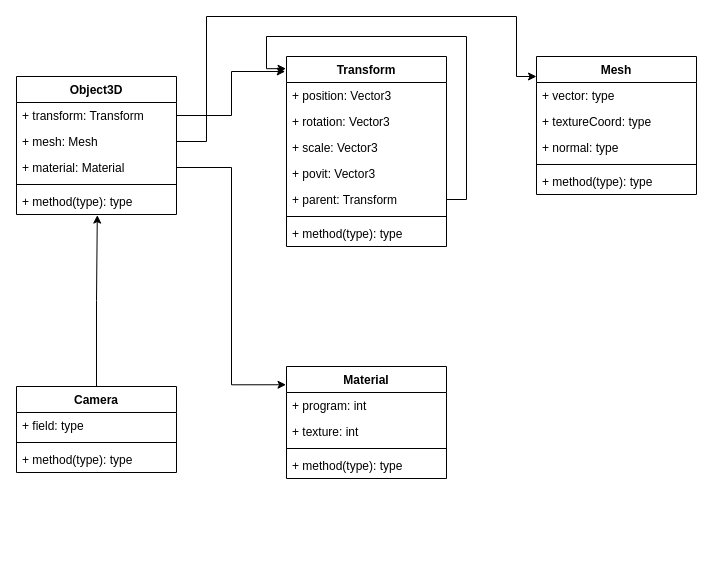
The draw.io diagram Untitled Diagram.drawio in zoozooll/MyExercise, before the edit. Source tidied: cells renumbered, new cells numbered last; positions are measured from the earlier drawing's top-left corner, leaving out a move shared by most shapes. Both pictures are drawn from the tidied source at 100%, with x=0, y=0 at pixel (16, 16).
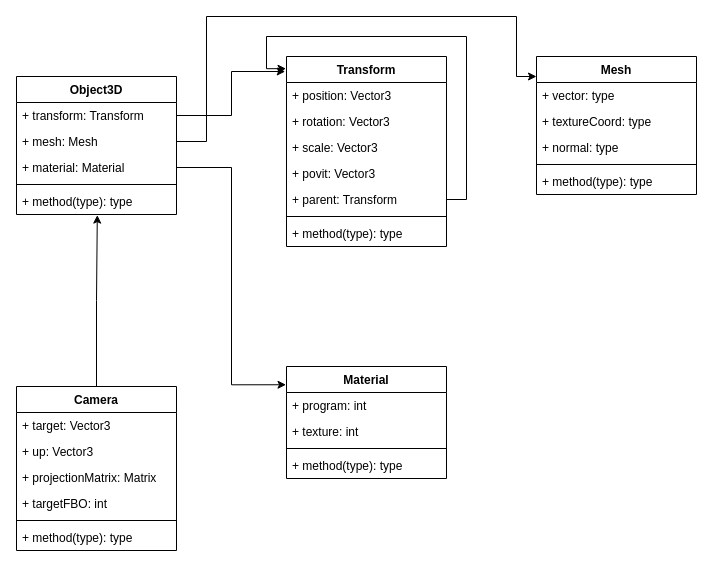
Above is the later version.

Commit message:
Add Camera Class to Diagram.drawio

What changed in the source:
```diff
@@
     <mxCell id="32" value="Camera" style="swimlane;fontStyle=1;align=center;verticalAlign=top;horizontal=1;startSize=26;" parent="1" vertex="1">
-      <mxGeometry y="370" width="160" height="86" as="geometry" />
+      <mxGeometry y="370" width="160" height="164" as="geometry" />
     </mxCell>
-    <mxCell id="33" value="+ field: type" style="text;strokeColor=none;fillColor=none;align=left;verticalAlign=top;spacingLeft=4;spacingRight=4;overflow=hidden;" parent="32" vertex="1">
+    <mxCell id="33" value="+ target: Vector3" style="text;strokeColor=none;fillColor=none;align=left;verticalAlign=top;spacingLeft=4;spacingRight=4;overflow=hidden;" parent="32" vertex="1">
       <mxGeometry y="26" width="160" height="26" as="geometry" />
     </mxCell>
+    <mxCell id="36" value="+ up: Vector3" style="text;strokeColor=none;fillColor=none;align=left;verticalAlign=top;spacingLeft=4;spacingRight=4;overflow=hidden;" parent="32" vertex="1">
+      <mxGeometry y="52" width="160" height="26" as="geometry" />
+    </mxCell>
+    <mxCell id="37" value="+ projectionMatrix: Matrix" style="text;strokeColor=none;fillColor=none;align=left;verticalAlign=top;spacingLeft=4;spacingRight=4;overflow=hidden;" parent="32" vertex="1">
+      <mxGeometry y="78" width="160" height="26" as="geometry" />
+    </mxCell>
+    <mxCell id="38" value="+ targetFBO: int" style="text;strokeColor=none;fillColor=none;align=left;verticalAlign=top;spacingLeft=4;spacingRight=4;overflow=hidden;" parent="32" vertex="1">
+      <mxGeometry y="104" width="160" height="26" as="geometry" />
+    </mxCell>
     <mxCell id="34" style="line;strokeWidth=1;fillColor=none;align=left;verticalAlign=middle;spacingTop=-1;spacingLeft=3;spacingRight=3;labelPosition=right;" parent="32" vertex="1">
-      <mxGeometry y="52" width="160" height="8" as="geometry" />
+      <mxGeometry y="130" width="160" height="8" as="geometry" />
     </mxCell>
     <mxCell id="35" value="+ method(type): type" style="text;strokeColor=none;fillColor=none;align=left;verticalAlign=top;spacingLeft=4;spacingRight=4;overflow=hidden;" parent="32" vertex="1">
-      <mxGeometry y="60" width="160" height="26" as="geometry" />
+      <mxGeometry y="138" width="160" height="26" as="geometry" />
     </mxCell>
```
